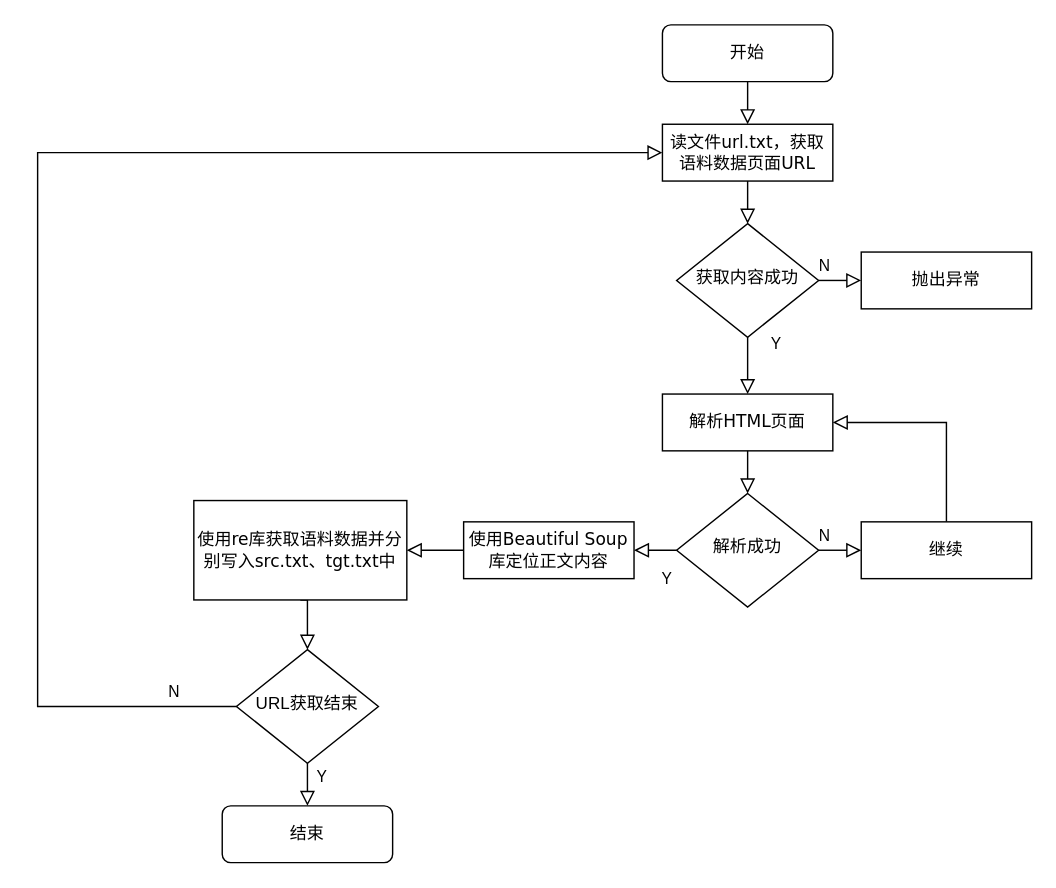
Earlier version of the draw.io diagram page "第 3 页" (3 of 5) of 系统流程图.drawio (Mo-DuQian/rhetoric-poem-data). Source tidied: cells renumbered, new cells numbered last; positions are measured from the earlier drawing's top-left corner, leaving out a move shared by most shapes. Both pictures are drawn from the tidied source at 142%, with x=0, y=0 at pixel (37, 24).
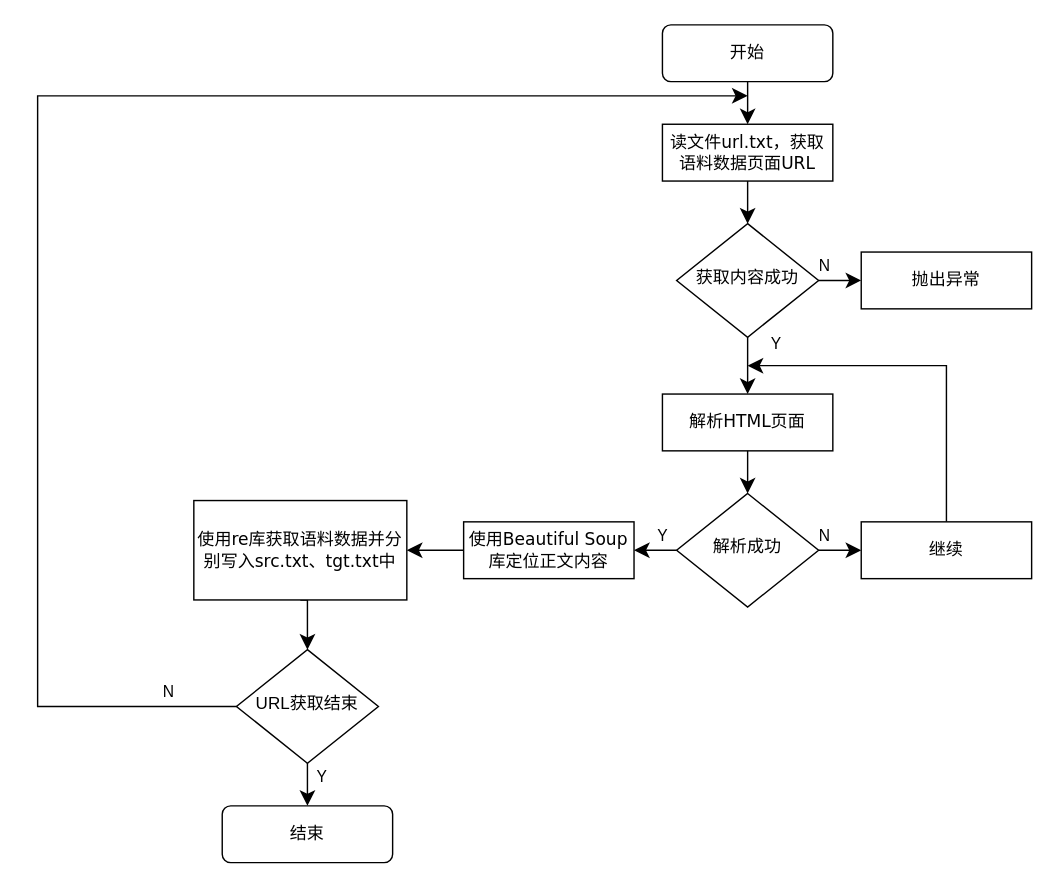
Above is the later version.

Unchanged cells that the change refers to:
```xml
<mxCell id="3" value="&lt;font face=&quot;Verdana&quot;&gt;开始&lt;/font&gt;" style="rounded=1;whiteSpace=wrap;html=1;fontSize=12;glass=0;strokeWidth=1;shadow=0;" parent="1" vertex="1">
  <mxGeometry x="440" width="120" height="40" as="geometry" />
</mxCell>
<mxCell id="6" value="&lt;font face=&quot;Verdana&quot;&gt;获取内容成功&lt;/font&gt;" style="rhombus;whiteSpace=wrap;html=1;shadow=0;fontFamily=Helvetica;fontSize=12;align=center;strokeWidth=1;spacing=6;spacingTop=-4;" parent="1" vertex="1">
  <mxGeometry x="450" y="140" width="100" height="80" as="geometry" />
</mxCell>
<mxCell id="7" value="&lt;font face=&quot;Verdana&quot;&gt;结束&lt;/font&gt;" style="rounded=1;whiteSpace=wrap;html=1;fontSize=12;glass=0;strokeWidth=1;shadow=0;" parent="1" vertex="1">
  <mxGeometry x="130" y="550" width="120" height="40" as="geometry" />
</mxCell>
<mxCell id="8" value="抛出异常" style="rounded=0;whiteSpace=wrap;html=1;fontSize=12;glass=0;strokeWidth=1;shadow=0;" parent="1" vertex="1">
  <mxGeometry x="580" y="160" width="120" height="40" as="geometry" />
</mxCell>
<mxCell id="10" value="&lt;font face=&quot;Verdana&quot;&gt;读文件url.txt，获取语料数据页面URL&lt;/font&gt;" style="rounded=0;whiteSpace=wrap;html=1;" parent="1" vertex="1">
  <mxGeometry x="440" y="70" width="120" height="40" as="geometry" />
</mxCell>
<mxCell id="11" value="&lt;font face=&quot;Verdana&quot;&gt;解析HTML页面&lt;/font&gt;" style="rounded=0;whiteSpace=wrap;html=1;" parent="1" vertex="1">
  <mxGeometry x="440" y="260" width="120" height="40" as="geometry" />
</mxCell>
<mxCell id="13" value="&lt;font face=&quot;Verdana&quot;&gt;使用Beautiful Soup库定位正文内容&lt;/font&gt;" style="rounded=0;whiteSpace=wrap;html=1;" parent="1" vertex="1">
  <mxGeometry x="300" y="350" width="120" height="40" as="geometry" />
</mxCell>
<mxCell id="16" value="&lt;font face=&quot;Verdana&quot;&gt;解析成功&lt;/font&gt;" style="rhombus;whiteSpace=wrap;html=1;shadow=0;fontFamily=Helvetica;fontSize=12;align=center;strokeWidth=1;spacing=6;spacingTop=-4;" parent="1" vertex="1">
  <mxGeometry x="450" y="330" width="100" height="80" as="geometry" />
</mxCell>
<mxCell id="18" value="继续" style="rounded=0;whiteSpace=wrap;html=1;fontSize=12;glass=0;strokeWidth=1;shadow=0;" parent="1" vertex="1">
  <mxGeometry x="580" y="350" width="120" height="40" as="geometry" />
</mxCell>
<mxCell id="20" value="URL获取结束" style="rhombus;whiteSpace=wrap;html=1;shadow=0;fontFamily=Helvetica;fontSize=12;align=center;strokeWidth=1;spacing=6;spacingTop=-4;" parent="1" vertex="1">
  <mxGeometry x="140" y="440" width="100" height="80" as="geometry" />
</mxCell>
<mxCell id="24" value="&lt;font face=&quot;Verdana&quot;&gt;使用re库获取语料数据并分别写入src.txt、tgt.txt中&lt;/font&gt;" style="rounded=0;whiteSpace=wrap;html=1;" parent="1" vertex="1">
  <mxGeometry x="110" y="335" width="150" height="70" as="geometry" />
</mxCell>
```

The edit, as a diff of the source:
```diff
@@
-    <mxCell id="2" style="edgeStyle=orthogonalEdgeStyle;rounded=0;jettySize=auto;html=1;labelBackgroundColor=none;endArrow=block;endFill=0;endSize=8;strokeWidth=1;shadow=0;" parent="1" edge="1" source="3" target="10">
+    <mxCell id="2" style="edgeStyle=orthogonalEdgeStyle;rounded=0;jettySize=auto;html=1;labelBackgroundColor=default;endArrow=classic;endFill=1;endSize=8;strokeWidth=1;shadow=0;" parent="1" edge="1" source="3" target="10">
       <mxGeometry relative="1" as="geometry" />
     </mxCell>
@@
-    <mxCell id="4" value="Y" style="rounded=0;html=1;jettySize=auto;fontSize=11;endArrow=block;endFill=0;endSize=8;strokeWidth=1;shadow=0;labelBackgroundColor=none;edgeStyle=orthogonalEdgeStyle;entryX=0.5;entryY=0;entryDx=0;entryDy=0;" parent="1" edge="1" source="6" target="11">
+    <mxCell id="4" value="Y" style="rounded=0;html=1;jettySize=auto;fontSize=11;endArrow=classic;endFill=1;endSize=8;strokeWidth=1;shadow=0;labelBackgroundColor=default;edgeStyle=orthogonalEdgeStyle;entryX=0.5;entryY=0;entryDx=0;entryDy=0;" parent="1" edge="1" source="6" target="11">
       <mxGeometry x="-0.73" y="20" relative="1" as="geometry" />
     </mxCell>
-    <mxCell id="5" value="N" style="edgeStyle=orthogonalEdgeStyle;rounded=0;html=1;jettySize=auto;fontSize=11;endArrow=block;endFill=0;endSize=8;strokeWidth=1;shadow=0;labelBackgroundColor=none;" parent="1" edge="1" source="6" target="8">
+    <mxCell id="5" value="N" style="edgeStyle=orthogonalEdgeStyle;rounded=0;html=1;jettySize=auto;fontSize=11;endArrow=classic;endFill=1;endSize=8;strokeWidth=1;shadow=0;labelBackgroundColor=default;" parent="1" edge="1" source="6" target="8">
       <mxGeometry x="-0.73" y="10" relative="1" as="geometry">
         <Array as="points">
           <mxPoint x="680" y="180" />
         </Array>
       </mxGeometry>
     </mxCell>
@@
-    <mxCell id="9" style="edgeStyle=orthogonalEdgeStyle;rounded=0;jettySize=auto;html=1;labelBackgroundColor=none;endArrow=block;endFill=0;endSize=8;strokeWidth=1;shadow=0;entryX=0.5;entryY=0;entryDx=0;entryDy=0;" parent="1" edge="1" source="10" target="6">
+    <mxCell id="9" style="edgeStyle=orthogonalEdgeStyle;rounded=0;jettySize=auto;html=1;labelBackgroundColor=default;endArrow=classic;endFill=1;endSize=8;strokeWidth=1;shadow=0;entryX=0.5;entryY=0;entryDx=0;entryDy=0;" parent="1" edge="1" source="10" target="6">
       <mxGeometry relative="1" as="geometry" />
     </mxCell>
@@
-    <mxCell id="12" style="edgeStyle=orthogonalEdgeStyle;rounded=0;jettySize=auto;html=1;labelBackgroundColor=none;endArrow=block;endFill=0;endSize=8;strokeWidth=1;shadow=0;" parent="1" edge="1" source="13" target="24">
+    <mxCell id="12" style="edgeStyle=orthogonalEdgeStyle;rounded=0;jettySize=auto;html=1;labelBackgroundColor=default;endArrow=classic;endFill=1;endSize=8;strokeWidth=1;shadow=0;" parent="1" edge="1" source="13" target="24">
       <mxGeometry relative="1" as="geometry" />
     </mxCell>
@@
-    <mxCell id="14" value="Y" style="rounded=0;html=1;jettySize=auto;fontSize=11;endArrow=block;endFill=0;endSize=8;strokeWidth=1;shadow=0;labelBackgroundColor=none;edgeStyle=orthogonalEdgeStyle;entryX=1;entryY=0.5;entryDx=0;entryDy=0;" parent="1" edge="1" source="16" target="13">
-      <mxGeometry x="-0.73" y="20" relative="1" as="geometry" />
+    <mxCell id="14" value="Y" style="rounded=0;html=1;jettySize=auto;fontSize=11;endArrow=classic;endFill=1;endSize=8;strokeWidth=1;shadow=0;labelBackgroundColor=default;edgeStyle=orthogonalEdgeStyle;entryX=1;entryY=0.5;entryDx=0;entryDy=0;" parent="1" edge="1" source="16" target="13">
+      <mxGeometry x="0.2" y="-10" relative="1" as="geometry" />
     </mxCell>
-    <mxCell id="15" value="N" style="edgeStyle=orthogonalEdgeStyle;rounded=0;html=1;jettySize=auto;fontSize=11;endArrow=block;endFill=0;endSize=8;strokeWidth=1;shadow=0;labelBackgroundColor=none;" parent="1" edge="1" source="16" target="18">
+    <mxCell id="15" value="N" style="edgeStyle=orthogonalEdgeStyle;rounded=0;html=1;jettySize=auto;fontSize=11;endArrow=classic;endFill=1;endSize=8;strokeWidth=1;shadow=0;labelBackgroundColor=default;" parent="1" edge="1" source="16" target="18">
       <mxGeometry x="-0.73" y="10" relative="1" as="geometry">
         <Array as="points">
           <mxPoint x="680" y="390" />
         </Array>
       </mxGeometry>
     </mxCell>
@@
-    <mxCell id="17" style="edgeStyle=orthogonalEdgeStyle;rounded=0;jettySize=auto;html=1;entryX=1;entryY=0.5;entryDx=0;entryDy=0;labelBackgroundColor=none;endArrow=block;endFill=0;endSize=8;strokeWidth=1;shadow=0;" parent="1" edge="1" source="18" target="11">
+    <mxCell id="17" style="edgeStyle=orthogonalEdgeStyle;rounded=0;jettySize=auto;html=1;labelBackgroundColor=default;endArrow=classic;endFill=1;endSize=8;strokeWidth=1;shadow=0;" parent="1" edge="1" source="18">
       <mxGeometry relative="1" as="geometry">
+        <mxPoint x="500" y="240" as="targetPoint" />
         <Array as="points">
-          <mxPoint x="640" y="280" />
+          <mxPoint x="640" y="240" />
         </Array>
       </mxGeometry>
     </mxCell>
@@
-    <mxCell id="19" style="edgeStyle=orthogonalEdgeStyle;rounded=0;jettySize=auto;html=1;labelBackgroundColor=none;endArrow=block;endFill=0;endSize=8;strokeWidth=1;shadow=0;entryX=0.5;entryY=0;entryDx=0;entryDy=0;exitX=0.5;exitY=1;exitDx=0;exitDy=0;" parent="1" edge="1" source="11" target="16">
+    <mxCell id="19" style="edgeStyle=orthogonalEdgeStyle;rounded=0;jettySize=auto;html=1;labelBackgroundColor=default;endArrow=classic;endFill=1;endSize=8;strokeWidth=1;shadow=0;entryX=0.5;entryY=0;entryDx=0;entryDy=0;exitX=0.5;exitY=1;exitDx=0;exitDy=0;" parent="1" edge="1" source="11" target="16">
       <mxGeometry relative="1" as="geometry" />
     </mxCell>
@@
-    <mxCell id="21" style="edgeStyle=orthogonalEdgeStyle;rounded=0;jettySize=auto;html=1;labelBackgroundColor=none;endArrow=block;endFill=0;endSize=8;strokeWidth=1;shadow=0;entryX=0.5;entryY=0;entryDx=0;entryDy=0;exitX=0.5;exitY=1;exitDx=0;exitDy=0;" parent="1" edge="1" source="24" target="20">
+    <mxCell id="21" style="edgeStyle=orthogonalEdgeStyle;rounded=0;jettySize=auto;html=1;labelBackgroundColor=default;endArrow=classic;endFill=1;endSize=8;strokeWidth=1;shadow=0;entryX=0.5;entryY=0;entryDx=0;entryDy=0;exitX=0.5;exitY=1;exitDx=0;exitDy=0;" parent="1" edge="1" source="24" target="20">
       <mxGeometry relative="1" as="geometry" />
     </mxCell>
-    <mxCell id="22" value="N" style="edgeStyle=orthogonalEdgeStyle;rounded=0;html=1;jettySize=auto;fontSize=11;endArrow=block;endFill=0;endSize=8;strokeWidth=1;shadow=0;labelBackgroundColor=none;exitX=0;exitY=0.5;exitDx=0;exitDy=0;entryX=0;entryY=0.5;entryDx=0;entryDy=0;" parent="1" edge="1" source="20" target="10">
+    <mxCell id="22" value="N" style="edgeStyle=orthogonalEdgeStyle;rounded=0;html=1;jettySize=auto;fontSize=11;endArrow=classic;endFill=1;endSize=8;strokeWidth=1;shadow=0;labelBackgroundColor=default;exitX=0;exitY=0.5;exitDx=0;exitDy=0;" parent="1" edge="1" source="20">
       <mxGeometry x="-0.91" y="-10" relative="1" as="geometry">
+        <mxPoint x="500" y="50" as="targetPoint" />
         <Array as="points">
           <mxPoint y="480" />
-          <mxPoint y="90" />
+          <mxPoint y="50" />
         </Array>
       </mxGeometry>
     </mxCell>
-    <mxCell id="23" value="Y" style="rounded=0;html=1;jettySize=auto;fontSize=11;endArrow=block;endFill=0;endSize=8;strokeWidth=1;shadow=0;labelBackgroundColor=none;edgeStyle=orthogonalEdgeStyle;entryX=0.5;entryY=0;entryDx=0;entryDy=0;exitX=0.5;exitY=1;exitDx=0;exitDy=0;" parent="1" edge="1" source="20" target="7">
+    <mxCell id="23" value="Y" style="rounded=0;html=1;jettySize=auto;fontSize=11;endArrow=classic;endFill=1;endSize=8;strokeWidth=1;shadow=0;labelBackgroundColor=default;edgeStyle=orthogonalEdgeStyle;entryX=0.5;entryY=0;entryDx=0;entryDy=0;exitX=0.5;exitY=1;exitDx=0;exitDy=0;" parent="1" edge="1" source="20" target="7">
       <mxGeometry x="-0.33" y="10" relative="1" as="geometry" />
     </mxCell>
```
